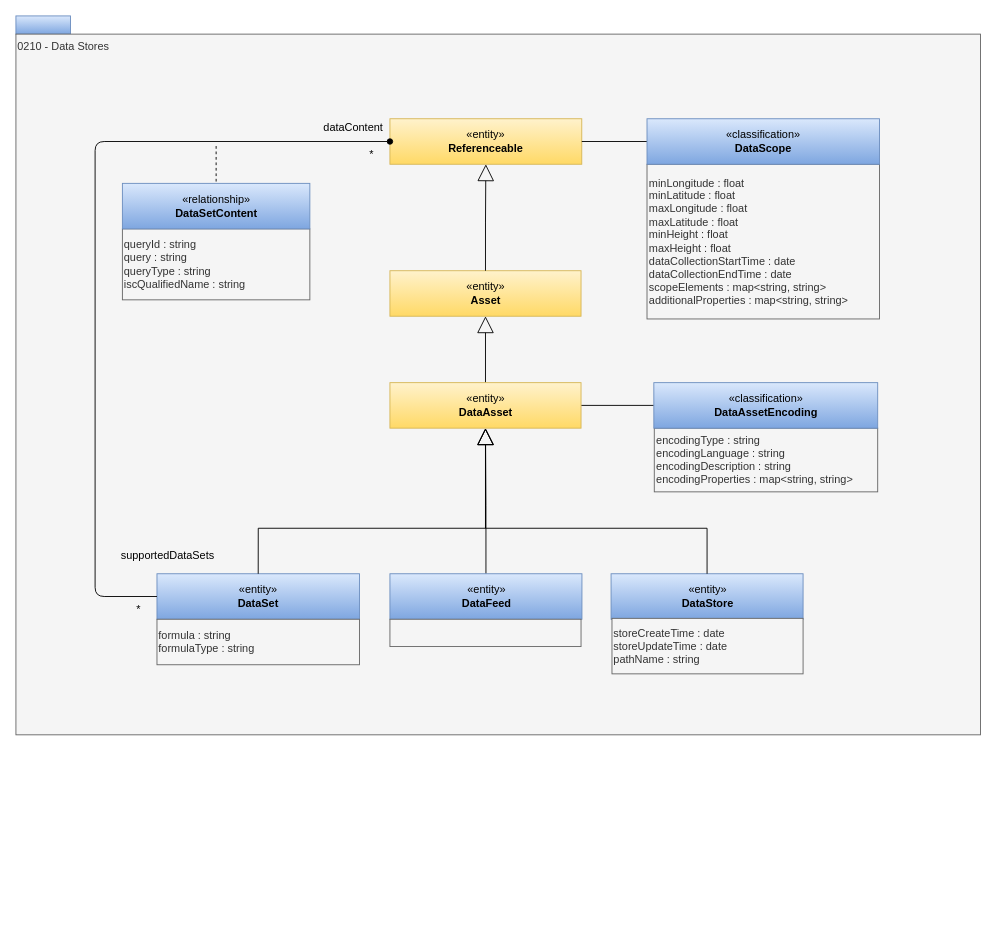
Before: page "0210-Data-Stores" (4 of 25) of site/docs/types/2/area-2-assets.drawio in odpi/egeria-docs, a draw.io diagram. Source tidied: cells renumbered, new cells numbered last; positions are measured from the earlier drawing's top-left corner, leaving out a move shared by most shapes. Both pictures are drawn from the tidied source at 91%, with x=0, y=0 at pixel (15, 15).
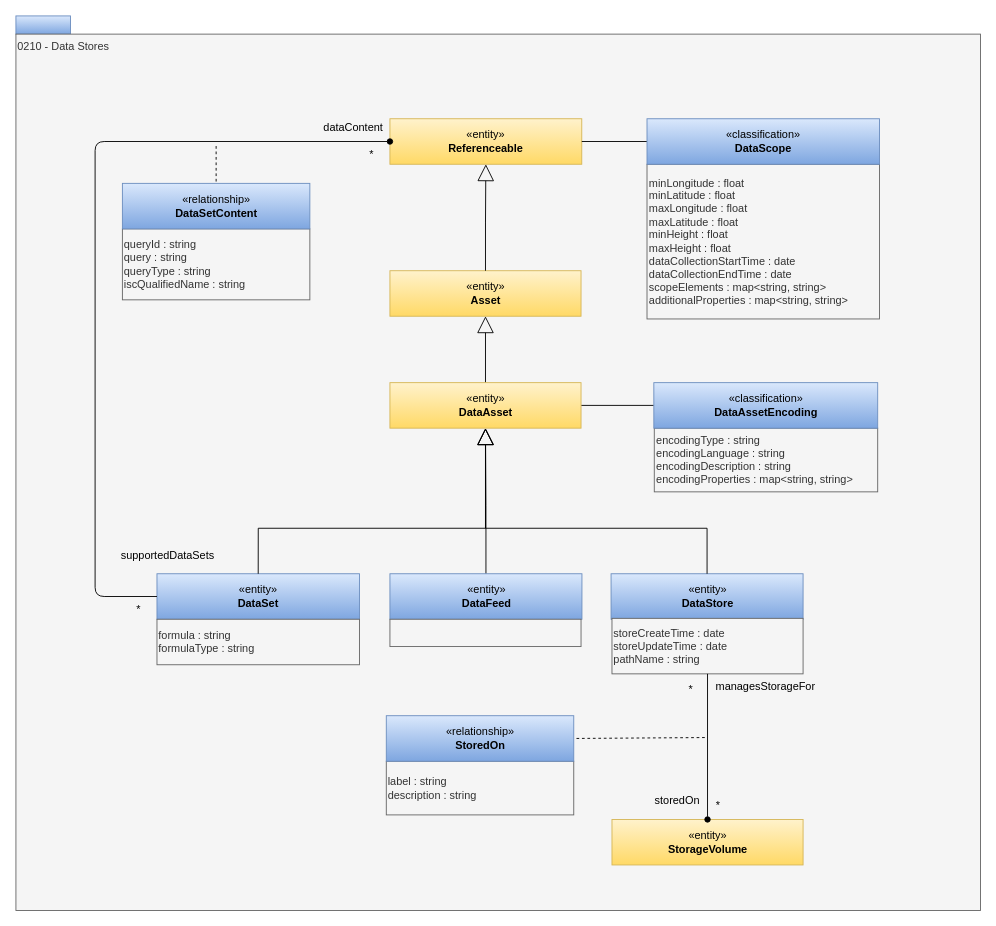
After the change.

The change refers to these unchanged cells:
```xml
<mxCell id="17" value="storeCreateTime : date&lt;br&gt;storeUpdateTime : date&lt;br&gt;pathName : string" style="rounded=0;whiteSpace=wrap;html=1;strokeColor=#666666;align=left;fillColor=#f5f5f5;fontColor=#333333;" parent="1" vertex="1">
  <mxGeometry x="655" y="662" width="210" height="61" as="geometry" />
</mxCell>
```

The edit, as a diff of the source:
```diff
@@
     <mxCell id="3" value="0210 - Data Stores" style="rounded=0;whiteSpace=wrap;html=1;align=left;verticalAlign=top;fillColor=#f5f5f5;fontColor=#333333;strokeColor=#666666;" parent="1" vertex="1">
-      <mxGeometry y="20" width="1060" height="770" as="geometry" />
+      <mxGeometry y="20" width="1060" height="963" as="geometry" />
     </mxCell>
@@
+    <mxCell id="32" value="«entity»&lt;br&gt;&lt;b&gt;StorageVolume&lt;/b&gt;" style="html=1;strokeColor=#d6b656;align=center;fillColor=#fff2cc;gradientColor=#ffd966;" parent="1" vertex="1">
+      <mxGeometry x="655" y="883" width="210" height="50" as="geometry" />
+    </mxCell>
+    <mxCell id="33" style="edgeStyle=orthogonalEdgeStyle;rounded=0;jettySize=auto;html=1;exitX=0.5;exitY=1;exitDx=0;exitDy=0;endArrow=oval;endFill=1;" parent="1" edge="1" source="17" target="32">
+      <mxGeometry relative="1" as="geometry" />
+    </mxCell>
+    <mxCell id="34" style="endArrow=none;dashed=1;html=1;entryX=1;entryY=0.5;entryDx=0;entryDy=0;" parent="1" edge="1" target="36">
+      <mxGeometry relative="1" as="geometry">
+        <mxPoint x="757" y="793" as="sourcePoint" />
+      </mxGeometry>
+    </mxCell>
+    <mxCell id="35" value="label : string&lt;br&gt;description : string" style="rounded=0;whiteSpace=wrap;html=1;strokeColor=#666666;align=left;fillColor=#f5f5f5;fontColor=#333333;" parent="1" vertex="1">
+      <mxGeometry x="407" y="819" width="206" height="59" as="geometry" />
+    </mxCell>
+    <mxCell id="36" value="«relationship»&lt;br&gt;&lt;b&gt;StoredOn&lt;/b&gt;" style="html=1;strokeColor=#6c8ebf;align=center;fillColor=#dae8fc;gradientColor=#7ea6e0;" parent="1" vertex="1">
+      <mxGeometry x="407" y="769" width="206" height="50" as="geometry" />
+    </mxCell>
+    <mxCell id="37" value="*" style="text;html=1;whiteSpace=wrap;strokeColor=none;fillColor=none;align=center;verticalAlign=middle;rounded=0;" parent="1" vertex="1">
+      <mxGeometry x="757" y="858" width="30" height="20" as="geometry" />
+    </mxCell>
+    <mxCell id="38" value="*" style="text;html=1;whiteSpace=wrap;strokeColor=none;fillColor=none;align=center;verticalAlign=middle;rounded=0;" parent="1" vertex="1">
+      <mxGeometry x="727" y="730" width="30" height="20" as="geometry" />
+    </mxCell>
+    <mxCell id="39" value="storedOn" style="text;html=1;whiteSpace=wrap;strokeColor=none;fillColor=none;align=center;verticalAlign=middle;rounded=0;" parent="1" vertex="1">
+      <mxGeometry x="697" y="848" width="60" height="30" as="geometry" />
+    </mxCell>
+    <mxCell id="40" value="managesStorageFor" style="text;html=1;whiteSpace=wrap;strokeColor=none;fillColor=none;align=center;verticalAlign=middle;rounded=0;" parent="1" vertex="1">
+      <mxGeometry x="794.2" y="722" width="60" height="30" as="geometry" />
+    </mxCell>
```
